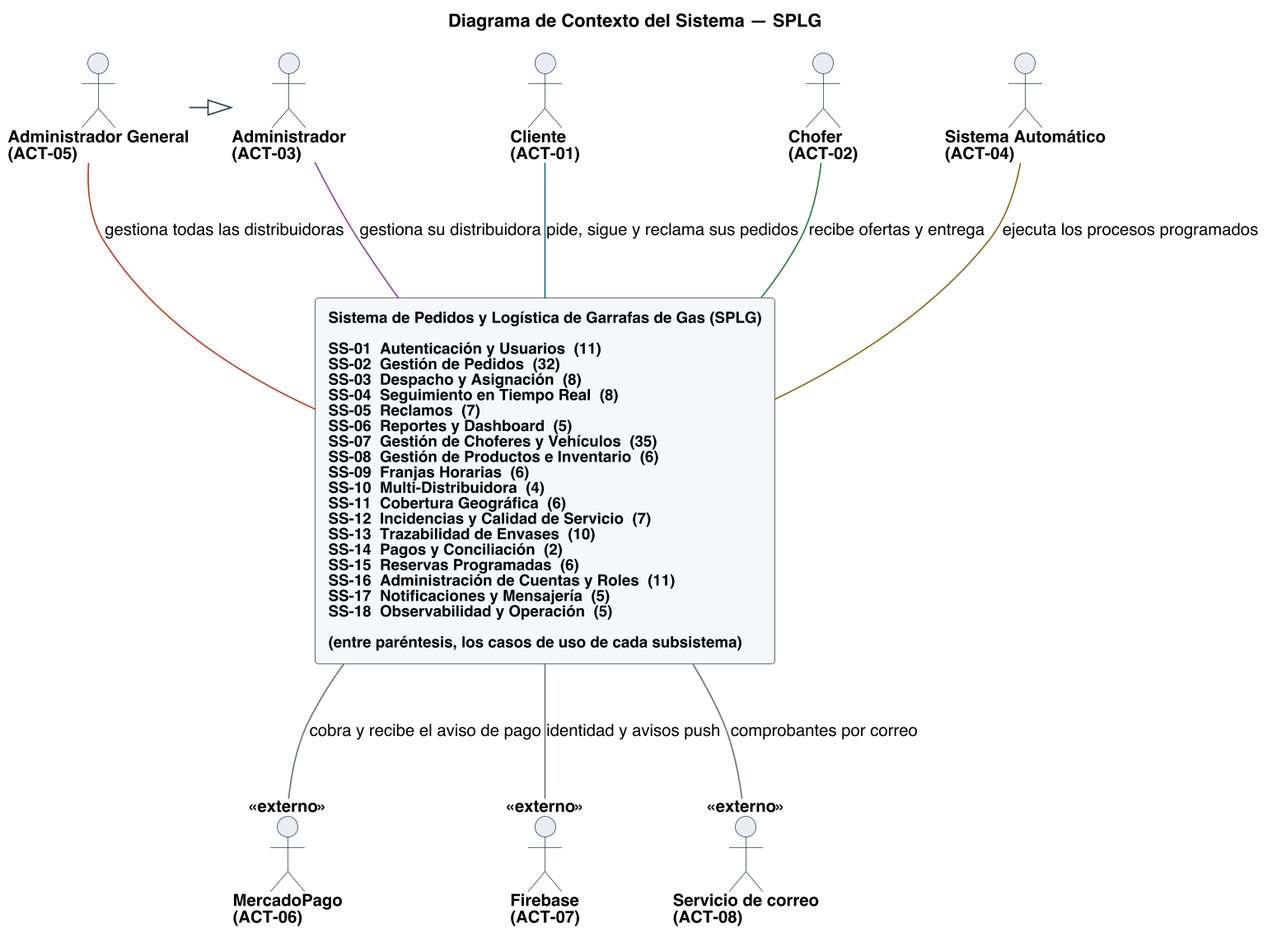
Before: diagramas/uml/CU_Sistema_Diagrama-De-Contexto.png, a diagram exported from PlantUML (Nahuelito-Dev/splg-docs).
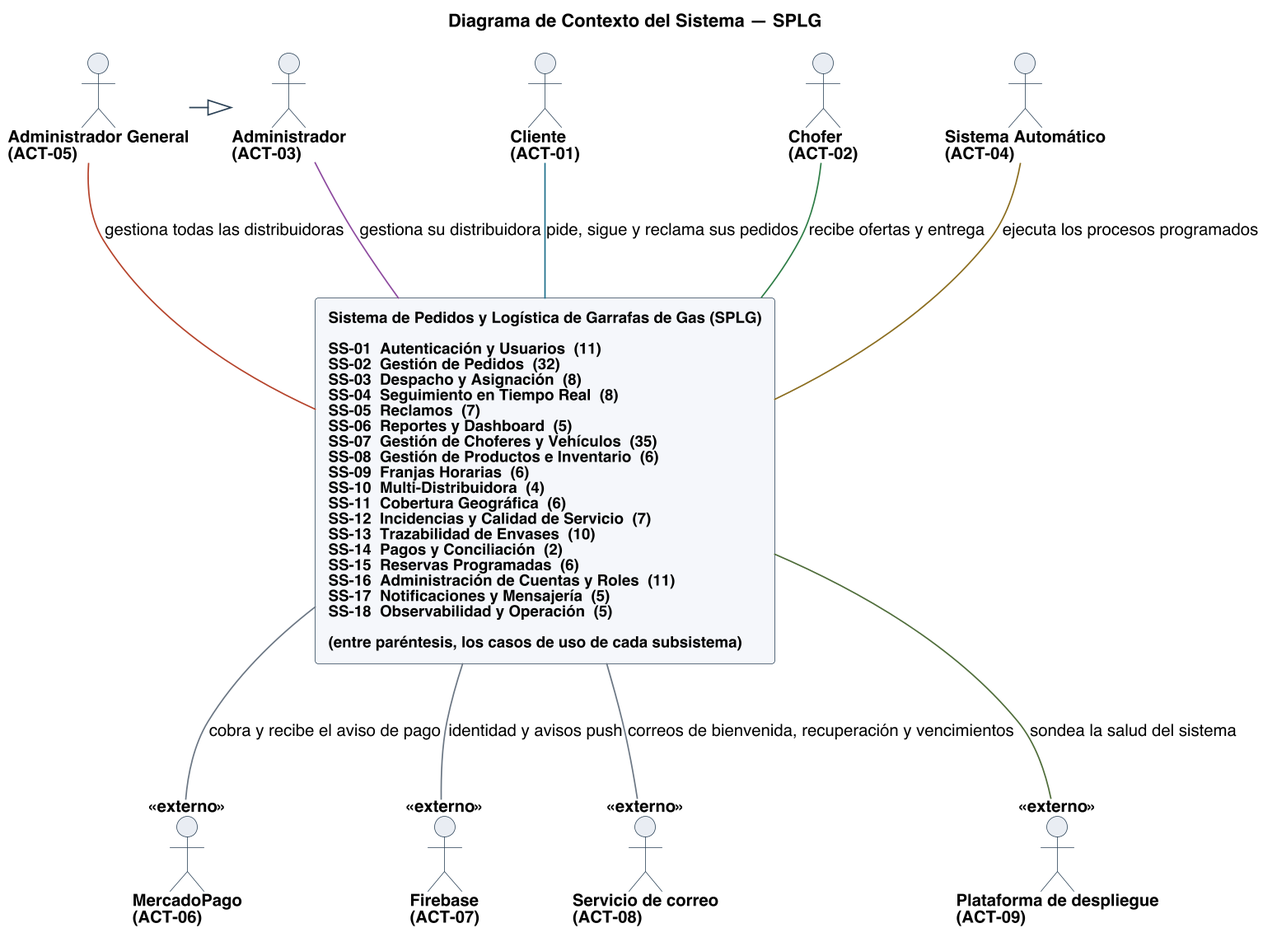
After the commit.

What changed in the source:
```diff
@@ -39,6 +39,7 @@
 actor "MercadoPago\n(ACT-06)" as A06 <<externo>>
 actor "Firebase\n(ACT-07)" as A07 <<externo>>
 actor "Servicio de correo\n(ACT-08)" as A08 <<externo>>
+actor "Plataforma de despliegue\n(ACT-09)" as A09 <<externo>>
 
 rectangle "**Sistema de Pedidos y Logística de Garrafas de Gas (SPLG)**\n\nSS-01  Autenticación y Usuarios  (11)\nSS-02  Gestión de Pedidos  (32)\nSS-03  Despacho y Asignación  (8)\nSS-04  Seguimiento en Tiempo Real  (8)\nSS-05  Reclamos  (7)\nSS-06  Reportes y Dashboard  (5)\nSS-07  Gestión de Choferes y Vehículos  (35)\nSS-08  Gestión de Productos e Inventario  (6)\nSS-09  Franjas Horarias  (6)\nSS-10  Multi-Distribuidora  (4)\nSS-11  Cobertura Geográfica  (6)\nSS-12  Incidencias y Calidad de Servicio  (7)\nSS-13  Trazabilidad de Envases  (10)\nSS-14  Pagos y Conciliación  (2)\nSS-15  Reservas Programadas  (6)\nSS-16  Administración de Cuentas y Roles  (11)\nSS-17  Notificaciones y Mensajería  (5)\nSS-18  Observabilidad y Operación  (5)\n\n(entre paréntesis, los casos de uso de cada subsistema)" as LIMITE #back:F4F7FA;line:2C4257
 
@@ -50,7 +51,8 @@
 
 LIMITE -[#6B7683]down- A06 : cobra y recibe el aviso de pago
 LIMITE -[#6B7683]down- A07 : identidad y avisos push
-LIMITE -[#6B7683]down- A08 : comprobantes por correo
+LIMITE -[#6B7683]down- A08 : correos de bienvenida, recuperación y vencimientos
+LIMITE -[#4F6D3A]down- A09 : sondea la salud del sistema
 
 A05 -right-|> A03
 
```
